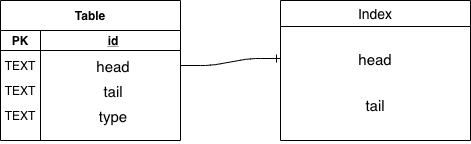
Above: docs/db_schema.png in gracoes/pipedrive-challenge (draw.io), before the change. Source tidied: cells renumbered, new cells last; positions are measured from the earlier drawing's top-left corner, leaving out a move shared by most shapes. Its diagram source:
```xml
<mxGraphModel background="#ffffff">
  <root>
    <mxCell id="0" />
    <mxCell id="1" parent="0" />
    <mxCell id="2" value="Table" style="shape=table;startSize=30;rowLines=0;fontStyle=1;align=center;" parent="1" vertex="1">
      <mxGeometry width="180" height="140" as="geometry" />
    </mxCell>
    <mxCell id="3" style="shape=partialRectangle;fillColor=none;top=0;left=0;bottom=1;right=0;" parent="2" vertex="1">
      <mxGeometry y="30" width="180" height="20" as="geometry" />
    </mxCell>
    <mxCell id="4" value="PK" style="shape=partialRectangle;fillColor=none;top=0;left=0;bottom=0;right=0;fontStyle=1;overflow=hidden;" parent="3" vertex="1">
      <mxGeometry width="40" height="20" as="geometry" />
    </mxCell>
    <mxCell id="5" value="id" style="shape=partialRectangle;fillColor=none;top=0;left=0;bottom=0;right=0;align=center;spacingLeft=6;fontStyle=5;overflow=hidden;" parent="3" vertex="1">
      <mxGeometry x="40" width="140" height="20" as="geometry" />
    </mxCell>
    <mxCell id="6" style="shape=partialRectangle;fillColor=none;top=0;left=0;bottom=0;right=0;points=[[0,0.5],[1,0.5]];portConstraint=eastwest;" parent="2" vertex="1">
      <mxGeometry y="50" width="180" height="30" as="geometry" />
    </mxCell>
    <mxCell id="7" value="TEXT" style="shape=partialRectangle;fillColor=none;top=0;left=0;bottom=0;right=0;overflow=hidden;" parent="6" vertex="1">
      <mxGeometry width="40" height="30" as="geometry" />
    </mxCell>
    <mxCell id="8" value="head" style="shape=partialRectangle;fillColor=none;top=0;left=0;bottom=0;right=0;align=center;spacingLeft=6;overflow=hidden;fontSize=15;" parent="6" vertex="1">
      <mxGeometry x="40" width="140" height="30" as="geometry" />
    </mxCell>
    <mxCell id="9" style="shape=partialRectangle;fillColor=none;top=0;left=0;bottom=0;right=0;" parent="2" vertex="1">
      <mxGeometry y="80" width="180" height="20" as="geometry" />
    </mxCell>
    <mxCell id="10" value="TEXT" style="shape=partialRectangle;fillColor=none;top=0;left=0;bottom=0;right=0;overflow=hidden;" parent="9" vertex="1">
      <mxGeometry width="40" height="20" as="geometry" />
    </mxCell>
    <mxCell id="11" value="tail" style="shape=partialRectangle;fillColor=none;top=0;left=0;bottom=0;right=0;align=center;spacingLeft=6;overflow=hidden;fontSize=15;" parent="9" vertex="1">
      <mxGeometry x="40" width="140" height="20" as="geometry" />
    </mxCell>
    <mxCell id="12" style="shape=partialRectangle;fillColor=none;top=0;left=0;bottom=0;right=0;" parent="2" vertex="1">
      <mxGeometry y="100" width="180" height="30" as="geometry" />
    </mxCell>
    <mxCell id="13" value="TEXT" style="shape=partialRectangle;fillColor=none;top=0;left=0;bottom=0;right=0;overflow=hidden;" parent="12" vertex="1">
      <mxGeometry width="40" height="30" as="geometry" />
    </mxCell>
    <mxCell id="14" value="type" style="shape=partialRectangle;fillColor=none;top=0;left=0;bottom=0;right=0;align=center;spacingLeft=6;overflow=hidden;fontSize=15;" parent="12" vertex="1">
      <mxGeometry x="40" width="140" height="30" as="geometry" />
    </mxCell>
    <mxCell id="15" value="Index" style="swimlane;fontStyle=0;horizontal=1;startSize=26;align=center;fontSize=14;" parent="1" vertex="1">
      <mxGeometry x="280" width="190" height="140" as="geometry" />
    </mxCell>
    <mxCell id="16" value="head" style="text;strokeColor=none;fillColor=none;spacingLeft=4;spacingRight=4;overflow=hidden;points=[[0,0.5],[1,0.5]];portConstraint=eastwest;fontSize=15;align=center;labelPosition=center;verticalLabelPosition=middle;verticalAlign=middle;" parent="15" vertex="1">
      <mxGeometry y="26" width="190" height="64" as="geometry" />
    </mxCell>
    <mxCell id="17" value="tail" style="text;strokeColor=none;fillColor=none;spacingLeft=4;spacingRight=4;overflow=hidden;fontSize=15;align=center;" parent="15" vertex="1">
      <mxGeometry y="90" width="190" height="50" as="geometry" />
    </mxCell>
    <mxCell id="18" style="edgeStyle=entityRelationEdgeStyle;fontSize=12;html=1;endArrow=ERone;endFill=1;exitX=1;exitY=0.5;exitDx=0;exitDy=0;entryX=0;entryY=0.5;entryDx=0;entryDy=0;" parent="1" edge="1" source="6" target="16">
      <mxGeometry relative="1" as="geometry" />
    </mxCell>
  </root>
</mxGraphModel>
```
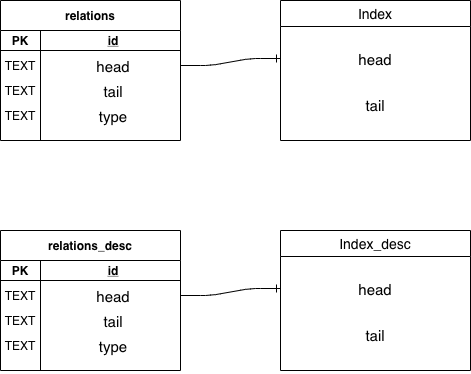
Above is the later version.

Change to the diagram source:
```diff
@@ -2,7 +2,7 @@
   <root>
     <mxCell id="0" />
     <mxCell id="1" parent="0" />
-    <mxCell id="2" value="Table" style="shape=table;startSize=30;rowLines=0;fontStyle=1;align=center;" parent="1" vertex="1">
+    <mxCell id="2" value="relations" style="shape=table;startSize=30;rowLines=0;fontStyle=1;align=center;" parent="1" vertex="1">
       <mxGeometry width="180" height="140" as="geometry" />
     </mxCell>
     <mxCell id="3" style="shape=partialRectangle;fillColor=none;top=0;left=0;bottom=1;right=0;" parent="2" vertex="1">
@@ -53,5 +53,56 @@
     <mxCell id="18" style="edgeStyle=entityRelationEdgeStyle;fontSize=12;html=1;endArrow=ERone;endFill=1;exitX=1;exitY=0.5;exitDx=0;exitDy=0;entryX=0;entryY=0.5;entryDx=0;entryDy=0;" parent="1" edge="1" source="6" target="16">
       <mxGeometry relative="1" as="geometry" />
     </mxCell>
+    <mxCell id="19" value="relations_desc" style="shape=table;startSize=30;rowLines=0;fontStyle=1;align=center;" parent="1" vertex="1">
+      <mxGeometry y="230" width="180" height="140" as="geometry" />
+    </mxCell>
+    <mxCell id="20" style="shape=partialRectangle;fillColor=none;top=0;left=0;bottom=1;right=0;" parent="19" vertex="1">
+      <mxGeometry y="30" width="180" height="20" as="geometry" />
+    </mxCell>
+    <mxCell id="21" value="PK" style="shape=partialRectangle;fillColor=none;top=0;left=0;bottom=0;right=0;fontStyle=1;overflow=hidden;" parent="20" vertex="1">
+      <mxGeometry width="40" height="20" as="geometry" />
+    </mxCell>
+    <mxCell id="22" value="id" style="shape=partialRectangle;fillColor=none;top=0;left=0;bottom=0;right=0;align=center;spacingLeft=6;fontStyle=5;overflow=hidden;" parent="20" vertex="1">
+      <mxGeometry x="40" width="140" height="20" as="geometry" />
+    </mxCell>
+    <mxCell id="23" style="shape=partialRectangle;fillColor=none;top=0;left=0;bottom=0;right=0;points=[[0,0.5],[1,0.5]];portConstraint=eastwest;" parent="19" vertex="1">
+      <mxGeometry y="50" width="180" height="30" as="geometry" />
+    </mxCell>
+    <mxCell id="24" value="TEXT" style="shape=partialRectangle;fillColor=none;top=0;left=0;bottom=0;right=0;overflow=hidden;" parent="23" vertex="1">
+      <mxGeometry width="40" height="30" as="geometry" />
+    </mxCell>
+    <mxCell id="25" value="head" style="shape=partialRectangle;fillColor=none;top=0;left=0;bottom=0;right=0;align=center;spacingLeft=6;overflow=hidden;fontSize=15;" parent="23" vertex="1">
+      <mxGeometry x="40" width="140" height="30" as="geometry" />
+    </mxCell>
+    <mxCell id="26" style="shape=partialRectangle;fillColor=none;top=0;left=0;bottom=0;right=0;" parent="19" vertex="1">
+      <mxGeometry y="80" width="180" height="20" as="geometry" />
+    </mxCell>
+    <mxCell id="27" value="TEXT" style="shape=partialRectangle;fillColor=none;top=0;left=0;bottom=0;right=0;overflow=hidden;" parent="26" vertex="1">
+      <mxGeometry width="40" height="20" as="geometry" />
+    </mxCell>
+    <mxCell id="28" value="tail" style="shape=partialRectangle;fillColor=none;top=0;left=0;bottom=0;right=0;align=center;spacingLeft=6;overflow=hidden;fontSize=15;" parent="26" vertex="1">
+      <mxGeometry x="40" width="140" height="20" as="geometry" />
+    </mxCell>
+    <mxCell id="29" style="shape=partialRectangle;fillColor=none;top=0;left=0;bottom=0;right=0;" parent="19" vertex="1">
+      <mxGeometry y="100" width="180" height="30" as="geometry" />
+    </mxCell>
+    <mxCell id="30" value="TEXT" style="shape=partialRectangle;fillColor=none;top=0;left=0;bottom=0;right=0;overflow=hidden;" parent="29" vertex="1">
+      <mxGeometry width="40" height="30" as="geometry" />
+    </mxCell>
+    <mxCell id="31" value="type" style="shape=partialRectangle;fillColor=none;top=0;left=0;bottom=0;right=0;align=center;spacingLeft=6;overflow=hidden;fontSize=15;" parent="29" vertex="1">
+      <mxGeometry x="40" width="140" height="30" as="geometry" />
+    </mxCell>
+    <mxCell id="32" value="Index_desc" style="swimlane;fontStyle=0;horizontal=1;startSize=26;align=center;fontSize=14;" parent="1" vertex="1">
+      <mxGeometry x="280" y="230" width="190" height="140" as="geometry" />
+    </mxCell>
+    <mxCell id="33" value="head" style="text;strokeColor=none;fillColor=none;spacingLeft=4;spacingRight=4;overflow=hidden;points=[[0,0.5],[1,0.5]];portConstraint=eastwest;fontSize=15;align=center;labelPosition=center;verticalLabelPosition=middle;verticalAlign=middle;" parent="32" vertex="1">
+      <mxGeometry y="26" width="190" height="64" as="geometry" />
+    </mxCell>
+    <mxCell id="34" value="tail" style="text;strokeColor=none;fillColor=none;spacingLeft=4;spacingRight=4;overflow=hidden;fontSize=15;align=center;" parent="32" vertex="1">
+      <mxGeometry y="90" width="190" height="50" as="geometry" />
+    </mxCell>
+    <mxCell id="35" style="edgeStyle=entityRelationEdgeStyle;fontSize=12;html=1;endArrow=ERone;endFill=1;exitX=1;exitY=0.5;exitDx=0;exitDy=0;entryX=0;entryY=0.5;entryDx=0;entryDy=0;" parent="1" edge="1" source="23" target="33">
+      <mxGeometry relative="1" as="geometry" />
+    </mxCell>
   </root>
 </mxGraphModel>
```
